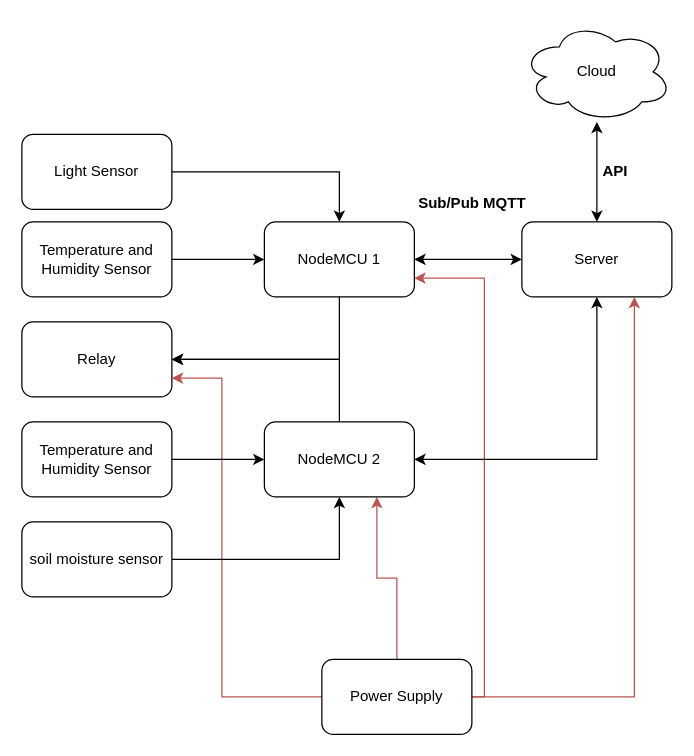
Before: Biểu đồ không có tiêu đề.drawio in vuconfused/NotesApp, a draw.io diagram. Source tidied: cells renumbered, new cells numbered last; positions are measured from the earlier drawing's top-left corner, leaving out a move shared by most shapes. Both pictures are drawn from the tidied source at 125%, with x=0, y=0 at pixel (21, 21).
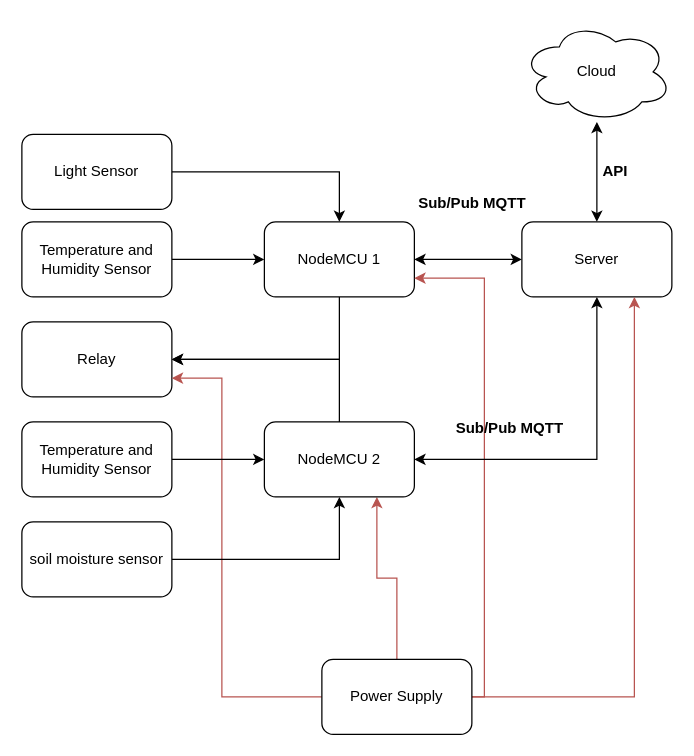
The same page after the edit.

Commit message:
Cập nhật Biểu đồ không có tiêu đề1.drawio

The edit, as a diff of the source:
```diff
@@
+    <mxCell id="27" value="&lt;b&gt;Sub/Pub MQTT&lt;/b&gt;" style="text;html=1;align=center;verticalAlign=middle;strokeColor=none;fillColor=none;" parent="1" vertex="1">
+      <mxGeometry x="335" y="310" width="110" height="30" as="geometry" />
+    </mxCell>
```
